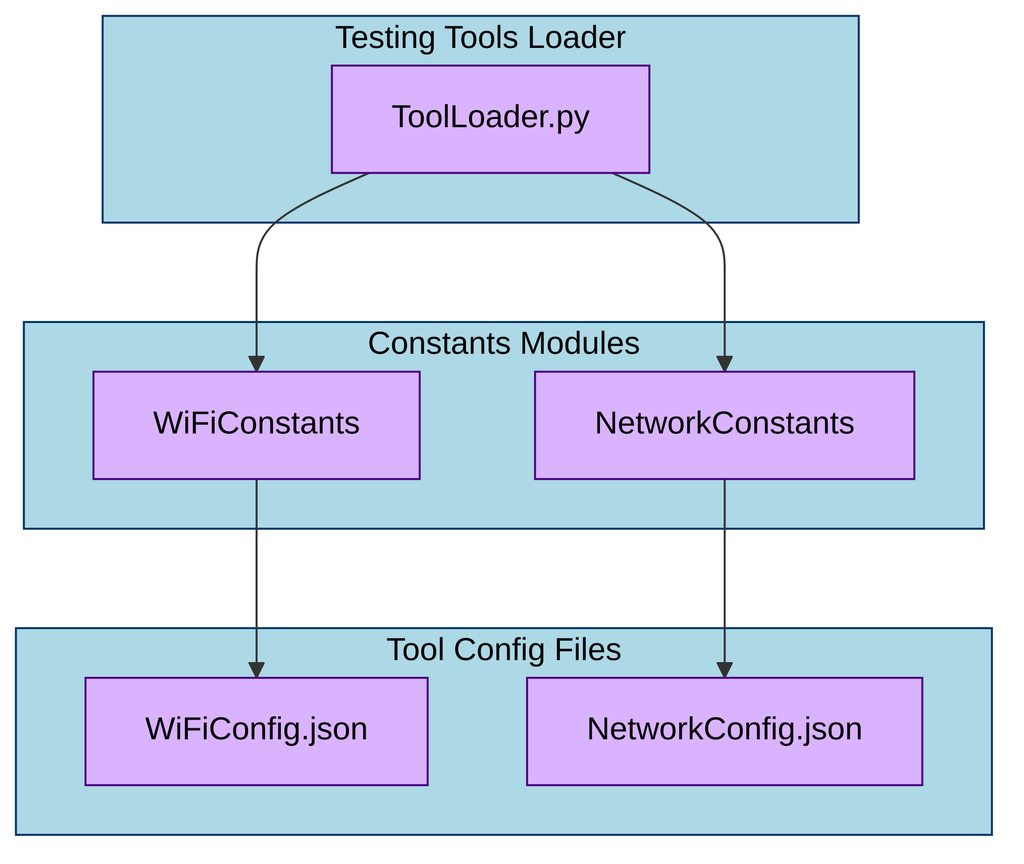
This is projects/images/main/optimized/laptop/standard/TestingToolsStructure.png from nigelgalbraith/portfolio, a Mermaid export, as it was before one commit. Its source is kept beside it as diagrams/siteMaps/TestingToolsStructure.mmd.
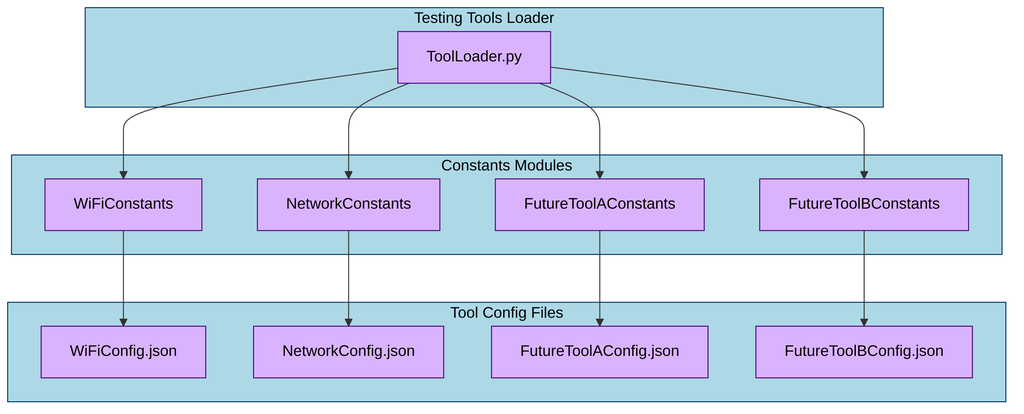
Later version of the same file.

Diff of the diagram source:
```diff
@@ -7,19 +7,31 @@
   subgraph Constants Files [Constants Modules]
     WiFiConstants[WiFiConstants]
     NetworkConstants[NetworkConstants]
+    FutureToolAConstants[FutureToolAConstants]
+    FutureToolBConstants[FutureToolBConstants]
   end
 
   subgraph Tool Configs [Tool Config Files]
     WiFiConfig[WiFiConfig.json]
     NetworkConfig[NetworkConfig.json]
+    FutureToolAConfig[FutureToolAConfig.json]
+    FutureToolBConfig[FutureToolBConfig.json]
   end
 
   ToolLoader --> WiFiConstants
   ToolLoader --> NetworkConstants
+  ToolLoader --> FutureToolAConstants
+  ToolLoader --> FutureToolBConstants
   WiFiConstants --> WiFiConfig
   NetworkConstants --> NetworkConfig
+  FutureToolAConstants --> FutureToolAConfig
+  FutureToolBConstants --> FutureToolBConfig
   class ToolLoader primary
   class WiFiConstants secondary
   class NetworkConstants secondary
+  class FutureToolAConstants secondary
+  class FutureToolBConstants secondary
   class WiFiConfig tertiary
   class NetworkConfig tertiary
+  class FutureToolAConfig tertiary
+  class FutureToolBConfig tertiary
```
